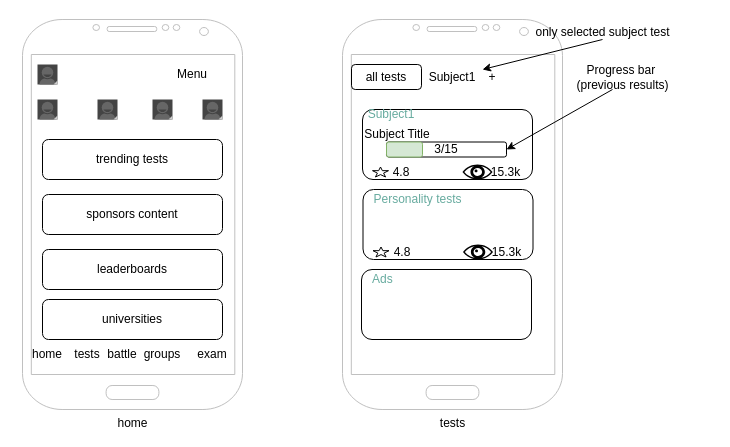
Above: akam.drawio in MarsX-2002/bpmn (draw.io), before the change. Source tidied: cells renumbered, new cells numbered last; positions are measured from the earlier drawing's top-left corner, leaving out a move shared by most shapes. Both pictures are drawn from the tidied source at 100%, with x=0, y=0 at pixel (17, 17).
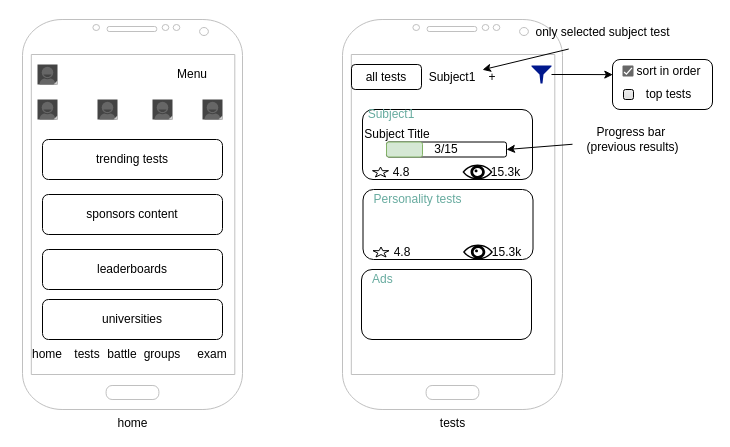
After the change.

Unchanged cells that the change refers to:
```xml
<mxCell id="20" value="Subject1" style="text;html=1;align=center;verticalAlign=middle;whiteSpace=wrap;rounded=0;" parent="1" vertex="1">
  <mxGeometry x="405" y="44.5" width="60" height="30" as="geometry" />
</mxCell>
<mxCell id="26" value="3/15" style="rounded=1;whiteSpace=wrap;html=1;" parent="25" vertex="1">
  <mxGeometry width="120" height="15" as="geometry" />
</mxCell>
<mxCell id="39" value="only selected subject test" style="text;html=1;align=center;verticalAlign=middle;points=[];strokeColor=none;fillColor=none;" parent="1" vertex="1">
  <mxGeometry x="505" width="160" height="30" as="geometry" />
</mxCell>
```

The edit, as a diff of the source:
```diff
@@
-    <mxCell id="36" style="endArrow=classic;html=1;rounded=0;entryX=1;entryY=0.5;entryDx=0;entryDy=0;" parent="1" edge="1" target="26">
-      <mxGeometry relative="1" as="geometry">
-        <mxPoint x="595" y="72" as="sourcePoint" />
-      </mxGeometry>
+    <mxCell id="36" style="endArrow=classic;html=1;rounded=0;entryX=1;entryY=0.5;entryDx=0;entryDy=0;" parent="1" edge="1" source="37" target="26">
+      <mxGeometry relative="1" as="geometry" />
     </mxCell>
     <mxCell id="37" value="Progress bar&amp;nbsp;&lt;div&gt;(previous results)&lt;/div&gt;" style="text;html=1;align=center;verticalAlign=middle;points=[];strokeColor=none;fillColor=none;" parent="1" vertex="1">
-      <mxGeometry x="545" y="39.5" width="120" height="40" as="geometry" />
+      <mxGeometry x="555" y="102" width="120" height="40" as="geometry" />
     </mxCell>
-    <mxCell id="38" style="endArrow=classic;html=1;rounded=0;" parent="1" edge="1" target="20">
-      <mxGeometry relative="1" as="geometry">
-        <mxPoint x="585" y="22" as="sourcePoint" />
-      </mxGeometry>
+    <mxCell id="38" style="endArrow=classic;html=1;rounded=0;exitX=0.289;exitY=1.051;exitDx=0;exitDy=0;exitPerimeter=0;" parent="1" edge="1" source="39" target="20">
+      <mxGeometry relative="1" as="geometry" />
     </mxCell>
@@
+    <mxCell id="52" style="sketch=0;shadow=0;dashed=0;html=1;strokeColor=none;labelPosition=center;verticalLabelPosition=bottom;verticalAlign=top;align=center;fillColor=#00188D;shape=mxgraph.mscae.enterprise.filter;" parent="1" vertex="1">
+      <mxGeometry x="514" y="48" width="20" height="18" as="geometry" />
+    </mxCell>
+    <mxCell id="53" style="edgeStyle=orthogonalEdgeStyle;rounded=0;jettySize=auto;html=1;entryX=0.003;entryY=0.303;entryDx=0;entryDy=0;entryPerimeter=0;" parent="1" edge="1" source="52" target="55">
+      <mxGeometry relative="1" as="geometry" />
+    </mxCell>
+    <mxCell id="54" style="group;" parent="1" vertex="1">
+      <mxGeometry x="595" y="38.5" width="101" height="53.5" as="geometry" />
+    </mxCell>
+    <mxCell id="55" style="rounded=1;whiteSpace=wrap;html=1;" parent="54" vertex="1">
+      <mxGeometry y="3.5" width="100" height="50" as="geometry" />
+    </mxCell>
+    <mxCell id="56" style="html=1;shadow=0;dashed=0;shape=mxgraph.bootstrap.checkbox2;labelPosition=right;verticalLabelPosition=middle;align=left;verticalAlign=middle;gradientColor=#DEDEDE;fillColor=#EDEDED;checked=0;spacing=5;checkedFill=#0085FC;checkedStroke=#ffffff;sketch=0;" parent="54" vertex="1">
+      <mxGeometry x="11" y="33.5" width="10" height="10" as="geometry" />
+    </mxCell>
+    <mxCell id="57" style="dashed=0;labelPosition=right;align=left;shape=mxgraph.gmdl.checkbox;strokeColor=none;fillColor=#676767;strokeWidth=2;sketch=0;html=1;" parent="54" vertex="1">
+      <mxGeometry x="10" y="9.5" width="11" height="11" as="geometry" />
+    </mxCell>
+    <mxCell id="58" value="sort in order" style="text;html=1;align=center;verticalAlign=middle;strokeColor=none;fillColor=none;" parent="54" vertex="1">
+      <mxGeometry x="11" width="90" height="30" as="geometry" />
+    </mxCell>
+    <mxCell id="59" value="top tests" style="text;html=1;align=center;verticalAlign=middle;strokeColor=none;fillColor=none;" parent="54" vertex="1">
+      <mxGeometry x="21" y="23.5" width="70" height="30" as="geometry" />
+    </mxCell>
```
